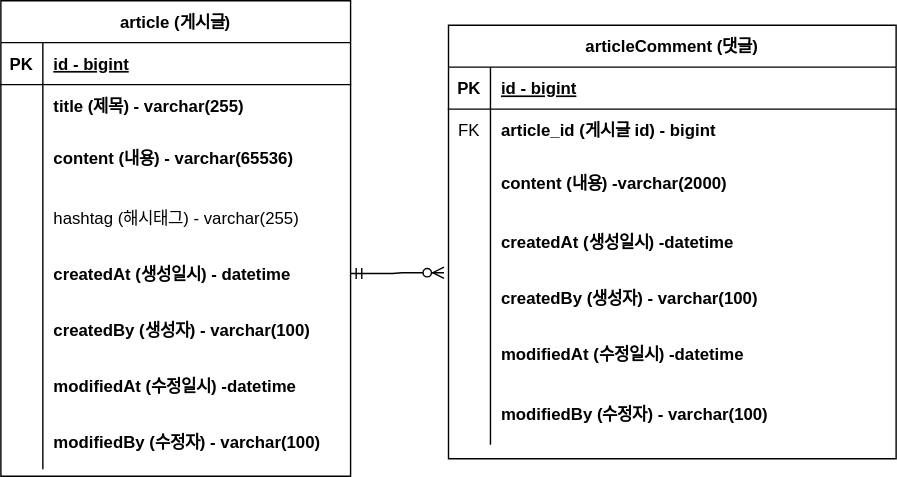
Above: document/board-project-domain.svg in rufty90/board-project (draw.io), before the change. Source tidied: cells renumbered, new cells last; positions are measured from the earlier drawing's top-left corner, leaving out a move shared by most shapes.
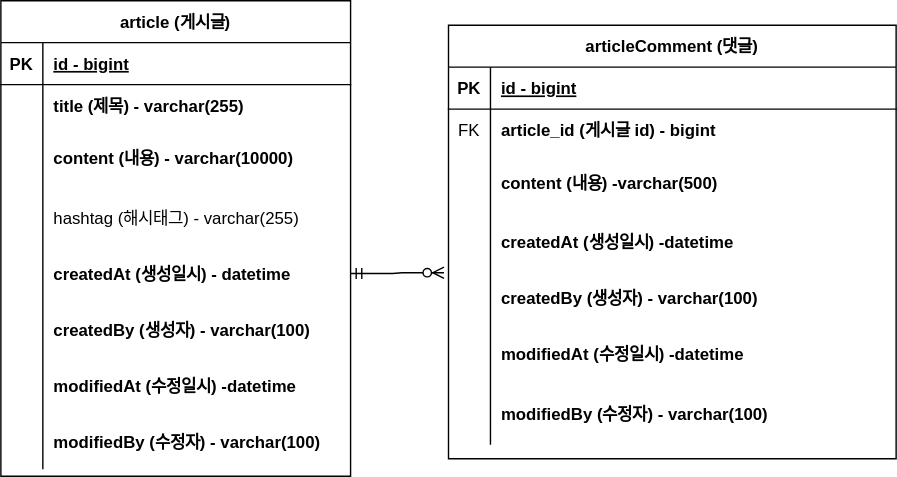
After the change.

Commit message:
#12 - erd 업데이트 : content 사이즈 변경

What changed in the source:
```diff
@@ -29,7 +29,7 @@
     <mxCell id="10" style="shape=partialRectangle;fillColor=none;top=0;left=0;bottom=0;right=0;overflow=hidden;" parent="9" vertex="1">
       <mxGeometry width="30" height="45" as="geometry" />
     </mxCell>
-    <mxCell id="11" value="content (내용) - varchar(65536)" style="shape=partialRectangle;fillColor=none;top=0;left=0;bottom=0;right=0;align=left;spacingLeft=6;overflow=hidden;fontStyle=1;" parent="9" vertex="1">
+    <mxCell id="11" value="content (내용) - varchar(10000)" style="shape=partialRectangle;fillColor=none;top=0;left=0;bottom=0;right=0;align=left;spacingLeft=6;overflow=hidden;fontStyle=1;" parent="9" vertex="1">
       <mxGeometry x="30" width="220" height="45" as="geometry" />
     </mxCell>
     <mxCell id="12" style="shape=tableRow;horizontal=0;startSize=0;swimlaneHead=0;swimlaneBody=0;fillColor=none;top=0;left=0;right=0;bottom=0;" parent="2" vertex="1">
@@ -104,7 +104,7 @@
     <mxCell id="35" style="shape=partialRectangle;fillColor=none;top=0;left=0;bottom=0;right=0;overflow=hidden;" parent="34" vertex="1">
       <mxGeometry width="30" height="45" as="geometry" />
     </mxCell>
-    <mxCell id="36" value="content (내용) -varchar(2000)" style="shape=partialRectangle;fillColor=none;top=0;left=0;bottom=0;right=0;align=left;spacingLeft=6;overflow=hidden;fontStyle=1;" parent="34" vertex="1">
+    <mxCell id="36" value="content (내용) -varchar(500)" style="shape=partialRectangle;fillColor=none;top=0;left=0;bottom=0;right=0;align=left;spacingLeft=6;overflow=hidden;fontStyle=1;" parent="34" vertex="1">
       <mxGeometry x="30" width="290" height="45" as="geometry" />
     </mxCell>
     <mxCell id="37" style="shape=tableRow;horizontal=0;startSize=0;swimlaneHead=0;swimlaneBody=0;fillColor=none;top=0;left=0;right=0;bottom=0;" parent="27" vertex="1">
```
